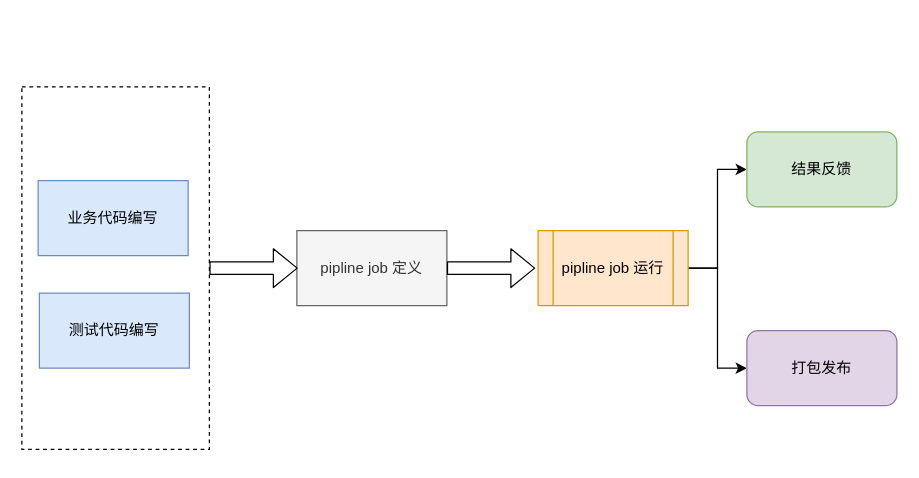
The draw.io diagram go ci.drawio in hashwing/draw, before the edit. Source tidied: cells renumbered, new cells numbered last; positions are measured from the earlier drawing's top-left corner, leaving out a move shared by most shapes. Both pictures are drawn from the tidied source at 125%, with x=0, y=0 at pixel (21, 86).
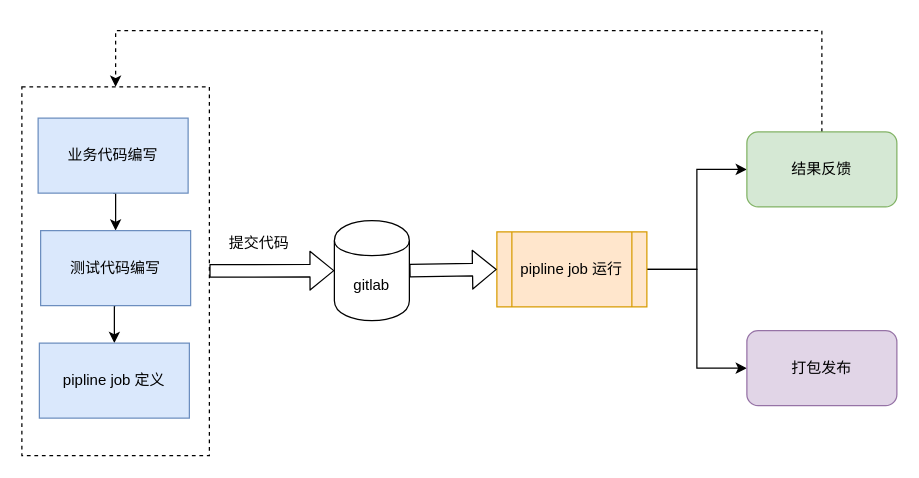
The same diagram, later.

The edit, as a diff of the source:
```diff
@@
 <mxGraphModel>
   <root>
     <mxCell id="0" />
     <mxCell id="1" parent="0" />
     <mxCell id="2" style="rounded=0;whiteSpace=wrap;html=1;fillColor=none;dashed=1;" parent="1" vertex="1">
-      <mxGeometry width="150" height="290" as="geometry" />
+      <mxGeometry width="150" height="295" as="geometry" />
     </mxCell>
+    <mxCell id="13" style="edgeStyle=orthogonalEdgeStyle;rounded=0;jettySize=auto;html=1;exitX=0.5;exitY=1;exitDx=0;exitDy=0;entryX=0.5;entryY=0;entryDx=0;entryDy=0;strokeWidth=1;" parent="1" edge="1" source="3" target="4">
+      <mxGeometry relative="1" as="geometry" />
+    </mxCell>
     <mxCell id="3" value="业务代码编写" style="rounded=0;whiteSpace=wrap;html=1;fillColor=#dae8fc;strokeColor=#6c8ebf;" parent="1" vertex="1">
-      <mxGeometry x="13" y="75" width="120" height="60" as="geometry" />
+      <mxGeometry x="13" y="25" width="120" height="60" as="geometry" />
     </mxCell>
+    <mxCell id="14" style="edgeStyle=orthogonalEdgeStyle;rounded=0;jettySize=auto;html=1;exitX=0.5;exitY=1;exitDx=0;exitDy=0;entryX=0.5;entryY=0;entryDx=0;entryDy=0;strokeWidth=1;" parent="1" edge="1" source="4" target="5">
+      <mxGeometry relative="1" as="geometry" />
+    </mxCell>
     <mxCell id="4" value="测试代码编写" style="rounded=0;whiteSpace=wrap;html=1;fillColor=#dae8fc;strokeColor=#6c8ebf;" parent="1" vertex="1">
-      <mxGeometry x="14" y="165" width="120" height="60" as="geometry" />
+      <mxGeometry x="15" y="115" width="120" height="60" as="geometry" />
     </mxCell>
-    <mxCell id="5" value="pipline job 定义" style="rounded=0;whiteSpace=wrap;html=1;fillColor=#f5f5f5;strokeColor=#666666;fontColor=#333333;" parent="1" vertex="1">
-      <mxGeometry x="220" y="115" width="120" height="60" as="geometry" />
+    <mxCell id="5" value="pipline job 定义" style="rounded=0;whiteSpace=wrap;html=1;fillColor=#dae8fc;strokeColor=#6c8ebf;" parent="1" vertex="1">
+      <mxGeometry x="14" y="205" width="120" height="60" as="geometry" />
     </mxCell>
     <mxCell id="6" style="edgeStyle=orthogonalEdgeStyle;rounded=0;jettySize=auto;html=1;exitX=1;exitY=0.5;exitDx=0;exitDy=0;entryX=0;entryY=0.5;entryDx=0;entryDy=0;strokeWidth=1;" parent="1" edge="1" source="8" target="10">
       <mxGeometry relative="1" as="geometry" />
     </mxCell>
     <mxCell id="7" style="edgeStyle=orthogonalEdgeStyle;rounded=0;jettySize=auto;html=1;exitX=1;exitY=0.5;exitDx=0;exitDy=0;entryX=0;entryY=0.5;entryDx=0;entryDy=0;strokeWidth=1;" parent="1" edge="1" source="8" target="9">
       <mxGeometry relative="1" as="geometry" />
     </mxCell>
     <mxCell id="8" value="pipline job 运行" style="shape=process;whiteSpace=wrap;html=1;backgroundOutline=1;fillColor=#ffe6cc;strokeColor=#d79b00;" parent="1" vertex="1">
-      <mxGeometry x="413" y="115" width="120" height="60" as="geometry" />
+      <mxGeometry x="380" y="116" width="120" height="60" as="geometry" />
     </mxCell>
     <mxCell id="9" value="打包发布" style="rounded=1;whiteSpace=wrap;html=1;fillColor=#e1d5e7;strokeColor=#9673a6;" parent="1" vertex="1">
       <mxGeometry x="580" y="195" width="120" height="60" as="geometry" />
     </mxCell>
+    <mxCell id="15" style="edgeStyle=orthogonalEdgeStyle;rounded=0;jettySize=auto;html=1;exitX=0.5;exitY=0;exitDx=0;exitDy=0;entryX=0.5;entryY=0;entryDx=0;entryDy=0;strokeWidth=1;dashed=1;" parent="1" edge="1" source="10" target="2">
+      <mxGeometry relative="1" as="geometry">
+        <Array as="points">
+          <mxPoint x="640" y="-45" />
+          <mxPoint x="75" y="-45" />
+        </Array>
+      </mxGeometry>
+    </mxCell>
     <mxCell id="10" value="结果反馈" style="rounded=1;whiteSpace=wrap;html=1;fillColor=#d5e8d4;strokeColor=#82b366;" parent="1" vertex="1">
       <mxGeometry x="580" y="36" width="120" height="60" as="geometry" />
     </mxCell>
-    <mxCell id="11" style="shape=flexArrow;endArrow=classic;html=1;strokeWidth=1;" parent="1" edge="1" source="2">
-      <mxGeometry relative="1" as="geometry">
-        <mxPoint x="220.7" y="145" as="targetPoint" />
-      </mxGeometry>
+    <mxCell id="11" style="shape=flexArrow;endArrow=classic;html=1;strokeWidth=1;entryX=0;entryY=0.5;entryDx=0;entryDy=0;" parent="1" edge="1" source="2" target="16">
+      <mxGeometry relative="1" as="geometry" />
     </mxCell>
-    <mxCell id="12" style="shape=flexArrow;endArrow=classic;html=1;strokeWidth=1;" parent="1" edge="1" source="5">
-      <mxGeometry relative="1" as="geometry">
-        <mxPoint x="410.7" y="145" as="targetPoint" />
-      </mxGeometry>
-    </mxCell>
+    <mxCell id="16" value="gitlab" style="shape=cylinder;whiteSpace=wrap;html=1;boundedLbl=1;backgroundOutline=1;fillColor=none;" parent="1" vertex="1">
+      <mxGeometry x="250" y="107" width="60" height="80" as="geometry" />
+    </mxCell>
+    <mxCell id="17" style="shape=flexArrow;endArrow=classic;html=1;strokeWidth=1;exitX=1;exitY=0.5;exitDx=0;exitDy=0;entryX=0;entryY=0.5;entryDx=0;entryDy=0;" parent="1" edge="1" source="16" target="8">
+      <mxGeometry relative="1" as="geometry" />
+    </mxCell>
+    <mxCell id="18" value="提交代码" style="text;html=1;strokeColor=none;fillColor=none;align=center;verticalAlign=middle;whiteSpace=wrap;rounded=0;" parent="1" vertex="1">
+      <mxGeometry x="160" y="115" width="60" height="20" as="geometry" />
+    </mxCell>
   </root>
 </mxGraphModel>
```
